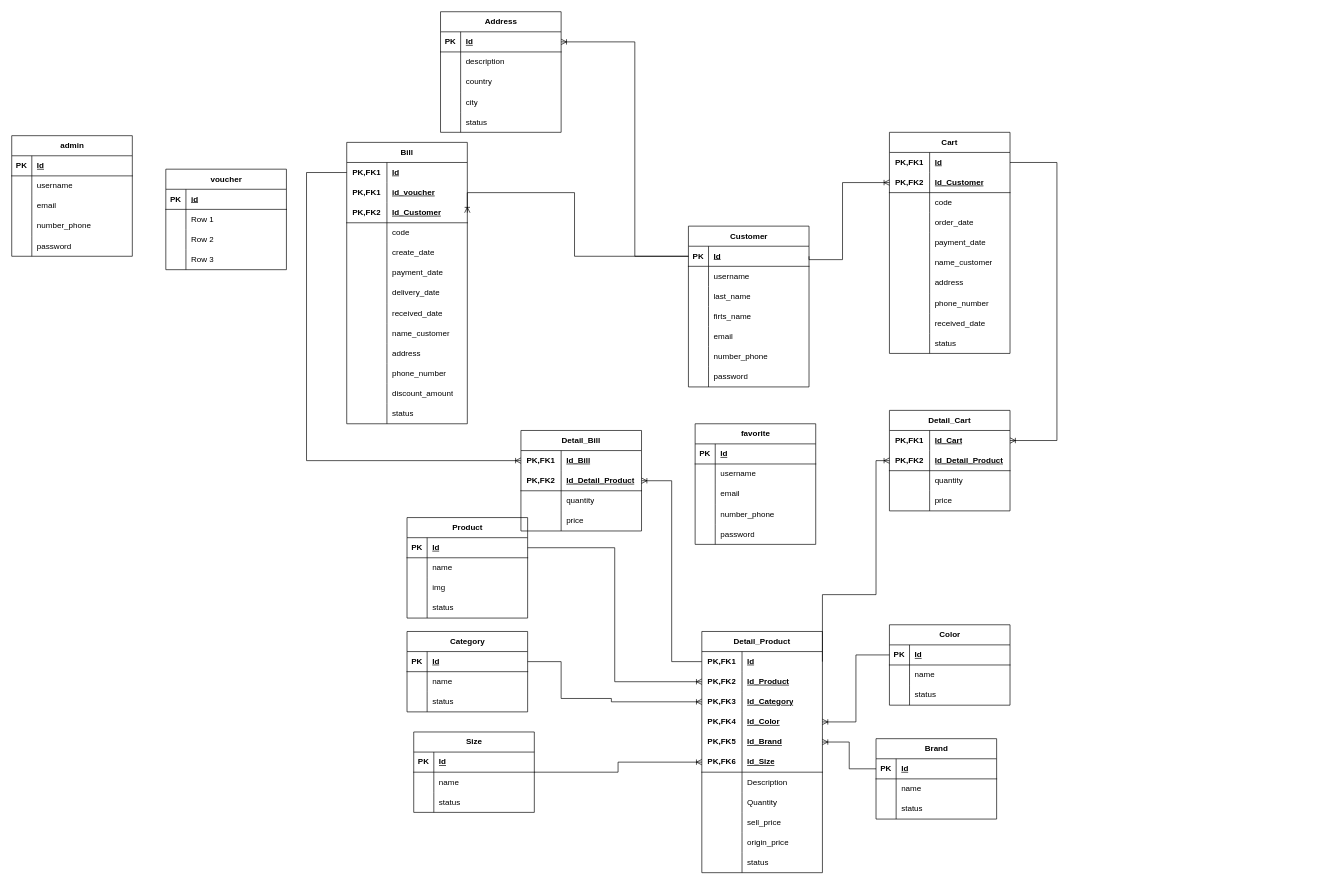
The draw.io diagram db/diagram.drawio in sonpt1912/DA_CN, before the edit. Source tidied: cells renumbered, new cells numbered last; positions are measured from the earlier drawing's top-left corner, leaving out a move shared by most shapes. Both pictures are drawn from the tidied source at 67%, with x=0, y=0 at pixel (11, 11).
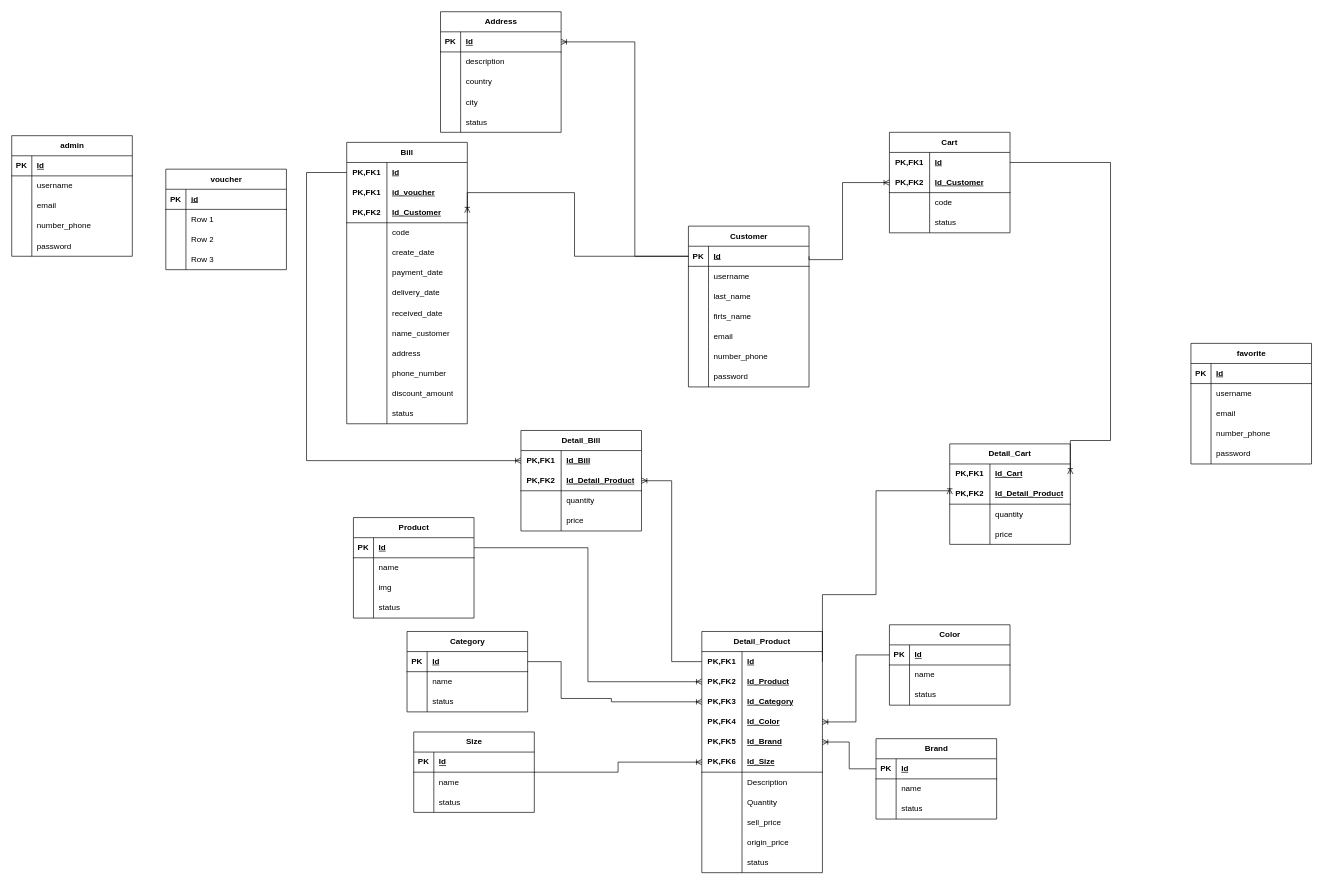
After the change.

The change refers to these unchanged cells:
```xml
<mxCell id="56" style="shape=tableRow;horizontal=0;startSize=0;swimlaneHead=0;swimlaneBody=0;fillColor=none;points=[[0,0.5],[1,0.5]];portConstraint=eastwest;top=0;left=0;right=0;bottom=0;html=1;" parent="55" vertex="1">
  <mxGeometry y="30" width="180" height="30" as="geometry" />
</mxCell>
<mxCell id="203" style="shape=tableRow;horizontal=0;startSize=0;swimlaneHead=0;swimlaneBody=0;fillColor=none;points=[[0,0.5],[1,0.5]];portConstraint=eastwest;top=0;left=0;right=0;bottom=0;html=1;" parent="202" vertex="1">
  <mxGeometry y="30" width="180" height="30" as="geometry" />
</mxCell>
<mxCell id="234" style="shape=tableRow;horizontal=0;startSize=0;swimlaneHead=0;swimlaneBody=0;fillColor=none;points=[[0,0.5],[1,0.5]];portConstraint=eastwest;top=0;left=0;right=0;bottom=0;html=1;" parent="233" vertex="1">
  <mxGeometry y="30" width="180" height="30" as="geometry" />
</mxCell>
<mxCell id="237" style="shape=tableRow;horizontal=0;startSize=0;swimlaneHead=0;swimlaneBody=0;fillColor=none;points=[[0,0.5],[1,0.5]];portConstraint=eastwest;top=0;left=0;right=0;bottom=1;html=1;" parent="233" vertex="1">
  <mxGeometry y="60" width="180" height="30" as="geometry" />
</mxCell>
```

The edit, as a diff of the source:
```diff
@@
     <mxCell id="42" value="Product" style="shape=table;startSize=30;childLayout=tableLayout;rowLines=0;fontStyle=1;align=center;html=1;" parent="1" vertex="1">
-      <mxGeometry x="590" y="755" width="180" height="150" as="geometry" />
+      <mxGeometry x="510" y="755" width="180" height="150" as="geometry" />
     </mxCell>
@@
     <mxCell id="202" value="Cart" style="shape=table;startSize=30;childLayout=tableLayout;rowLines=0;fontStyle=1;align=center;html=1;whiteSpace=wrap;" parent="1" vertex="1">
-      <mxGeometry x="1310" y="180" width="180" height="330" as="geometry" />
+      <mxGeometry x="1310" y="180" width="180" height="150" as="geometry" />
     </mxCell>
@@
-    <mxCell id="212" style="shape=tableRow;horizontal=0;startSize=0;swimlaneHead=0;swimlaneBody=0;fillColor=none;top=0;left=0;right=0;bottom=0;html=1;" parent="202" vertex="1">
-      <mxGeometry y="120" width="180" height="30" as="geometry" />
-    </mxCell>
-    <mxCell id="213" style="shape=partialRectangle;fillColor=none;top=0;left=0;bottom=0;right=0;overflow=hidden;html=1;whiteSpace=wrap;" parent="212" vertex="1">
-      <mxGeometry width="60" height="30" as="geometry" />
-    </mxCell>
-    <mxCell id="214" value="order_date" style="shape=partialRectangle;fillColor=none;top=0;left=0;bottom=0;right=0;align=left;spacingLeft=6;overflow=hidden;html=1;whiteSpace=wrap;" parent="212" vertex="1">
-      <mxGeometry x="60" width="120" height="30" as="geometry" />
-    </mxCell>
-    <mxCell id="215" style="shape=tableRow;horizontal=0;startSize=0;swimlaneHead=0;swimlaneBody=0;fillColor=none;top=0;left=0;right=0;bottom=0;html=1;" parent="202" vertex="1">
-      <mxGeometry y="150" width="180" height="30" as="geometry" />
-    </mxCell>
-    <mxCell id="216" style="shape=partialRectangle;fillColor=none;top=0;left=0;bottom=0;right=0;overflow=hidden;html=1;whiteSpace=wrap;" parent="215" vertex="1">
-      <mxGeometry width="60" height="30" as="geometry" />
-    </mxCell>
-    <mxCell id="217" value="payment_date" style="shape=partialRectangle;fillColor=none;top=0;left=0;bottom=0;right=0;align=left;spacingLeft=6;overflow=hidden;html=1;whiteSpace=wrap;" parent="215" vertex="1">
-      <mxGeometry x="60" width="120" height="30" as="geometry" />
-    </mxCell>
-    <mxCell id="218" style="shape=tableRow;horizontal=0;startSize=0;swimlaneHead=0;swimlaneBody=0;fillColor=none;top=0;left=0;right=0;bottom=0;html=1;" parent="202" vertex="1">
-      <mxGeometry y="180" width="180" height="30" as="geometry" />
-    </mxCell>
-    <mxCell id="219" style="shape=partialRectangle;fillColor=none;top=0;left=0;bottom=0;right=0;overflow=hidden;html=1;whiteSpace=wrap;" parent="218" vertex="1">
-      <mxGeometry width="60" height="30" as="geometry" />
-    </mxCell>
-    <mxCell id="220" value="name_customer" style="shape=partialRectangle;fillColor=none;top=0;left=0;bottom=0;right=0;align=left;spacingLeft=6;overflow=hidden;html=1;whiteSpace=wrap;" parent="218" vertex="1">
-      <mxGeometry x="60" width="120" height="30" as="geometry" />
-    </mxCell>
-    <mxCell id="221" style="shape=tableRow;horizontal=0;startSize=0;swimlaneHead=0;swimlaneBody=0;fillColor=none;top=0;left=0;right=0;bottom=0;html=1;" parent="202" vertex="1">
-      <mxGeometry y="210" width="180" height="30" as="geometry" />
-    </mxCell>
-    <mxCell id="222" style="shape=partialRectangle;fillColor=none;top=0;left=0;bottom=0;right=0;overflow=hidden;html=1;whiteSpace=wrap;" parent="221" vertex="1">
-      <mxGeometry width="60" height="30" as="geometry" />
-    </mxCell>
-    <mxCell id="223" value="address" style="shape=partialRectangle;fillColor=none;top=0;left=0;bottom=0;right=0;align=left;spacingLeft=6;overflow=hidden;html=1;whiteSpace=wrap;" parent="221" vertex="1">
-      <mxGeometry x="60" width="120" height="30" as="geometry" />
-    </mxCell>
-    <mxCell id="224" style="shape=tableRow;horizontal=0;startSize=0;swimlaneHead=0;swimlaneBody=0;fillColor=none;top=0;left=0;right=0;bottom=0;html=1;" parent="202" vertex="1">
-      <mxGeometry y="240" width="180" height="30" as="geometry" />
-    </mxCell>
-    <mxCell id="225" style="shape=partialRectangle;fillColor=none;top=0;left=0;bottom=0;right=0;overflow=hidden;html=1;whiteSpace=wrap;" parent="224" vertex="1">
-      <mxGeometry width="60" height="30" as="geometry" />
-    </mxCell>
-    <mxCell id="226" value="phone_number" style="shape=partialRectangle;fillColor=none;top=0;left=0;bottom=0;right=0;align=left;spacingLeft=6;overflow=hidden;html=1;whiteSpace=wrap;" parent="224" vertex="1">
-      <mxGeometry x="60" width="120" height="30" as="geometry" />
-    </mxCell>
-    <mxCell id="227" style="shape=tableRow;horizontal=0;startSize=0;swimlaneHead=0;swimlaneBody=0;fillColor=none;top=0;left=0;right=0;bottom=0;html=1;" parent="202" vertex="1">
-      <mxGeometry y="270" width="180" height="30" as="geometry" />
-    </mxCell>
-    <mxCell id="228" style="shape=partialRectangle;fillColor=none;top=0;left=0;bottom=0;right=0;overflow=hidden;html=1;whiteSpace=wrap;" parent="227" vertex="1">
-      <mxGeometry width="60" height="30" as="geometry" />
-    </mxCell>
-    <mxCell id="229" value="received_date" style="shape=partialRectangle;fillColor=none;top=0;left=0;bottom=0;right=0;align=left;spacingLeft=6;overflow=hidden;html=1;whiteSpace=wrap;" parent="227" vertex="1">
-      <mxGeometry x="60" width="120" height="30" as="geometry" />
-    </mxCell>
     <mxCell id="230" style="shape=tableRow;horizontal=0;startSize=0;swimlaneHead=0;swimlaneBody=0;fillColor=none;top=0;left=0;right=0;bottom=0;html=1;" parent="202" vertex="1">
-      <mxGeometry y="300" width="180" height="30" as="geometry" />
+      <mxGeometry y="120" width="180" height="30" as="geometry" />
     </mxCell>
@@
     <mxCell id="233" value="Detail_Cart" style="shape=table;startSize=30;childLayout=tableLayout;rowLines=0;fontStyle=1;align=center;html=1;whiteSpace=wrap;" parent="1" vertex="1">
-      <mxGeometry x="1310" y="595" width="180" height="150" as="geometry" />
+      <mxGeometry x="1400" y="645" width="180" height="150" as="geometry" />
     </mxCell>
@@
     <mxCell id="246" style="fontSize=12;html=1;endArrow=ERoneToMany;rounded=0;exitX=1;exitY=0.5;exitDx=0;exitDy=0;edgeStyle=orthogonalEdgeStyle;entryX=0;entryY=0.5;entryDx=0;entryDy=0;" parent="1" edge="1" source="56" target="237">
       <mxGeometry relative="1" as="geometry">
         <Array as="points">
+          <mxPoint x="1210" y="870" />
           <mxPoint x="1290" y="870" />
-          <mxPoint x="1290" y="670" />
+          <mxPoint x="1290" y="715" />
+          <mxPoint x="1400" y="715" />
         </Array>
       </mxGeometry>
     </mxCell>
@@
     <mxCell id="251" style="edgeStyle=orthogonalEdgeStyle;fontSize=12;html=1;endArrow=ERoneToMany;rounded=0;entryX=1;entryY=0.5;entryDx=0;entryDy=0;exitX=1;exitY=0.5;exitDx=0;exitDy=0;" parent="1" edge="1" source="203" target="234">
       <mxGeometry relative="1" as="geometry">
         <Array as="points">
-          <mxPoint x="1560" y="225" />
-          <mxPoint x="1560" y="640" />
+          <mxPoint x="1640" y="225" />
+          <mxPoint x="1640" y="640" />
+          <mxPoint x="1580" y="640" />
         </Array>
       </mxGeometry>
     </mxCell>
     <mxCell id="252" value="favorite" style="shape=table;startSize=30;childLayout=tableLayout;rowLines=0;fontStyle=1;align=center;html=1;" parent="1" vertex="1">
-      <mxGeometry x="1020" y="615" width="180" height="180" as="geometry" />
+      <mxGeometry x="1760" y="495" width="180" height="180" as="geometry" />
     </mxCell>
```
